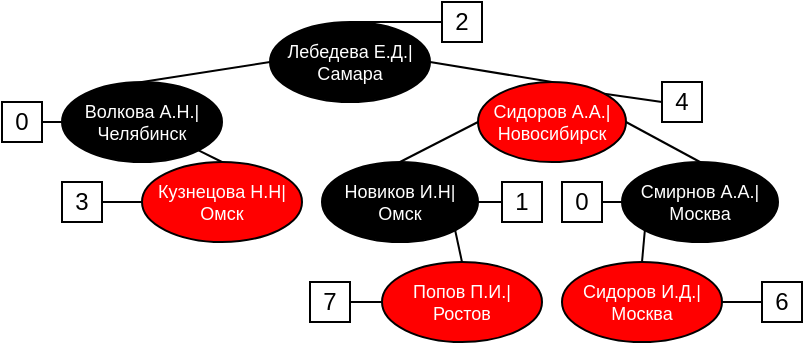
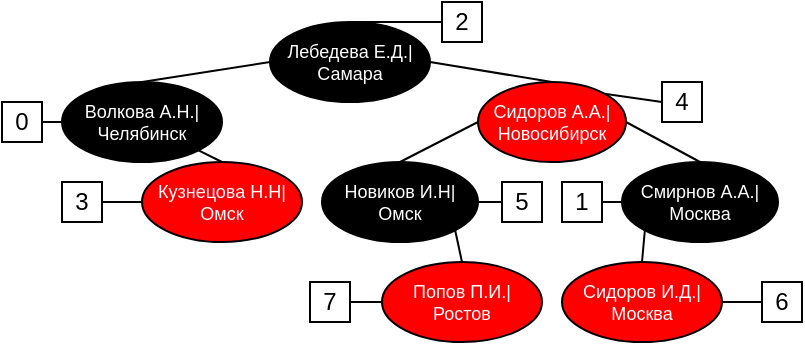
<mxfile host="Electron">
  <diagram name="Страница-1" id="hm4tzRJtk20S-SDZPqsn">
-     <mxGraphModel dx="484" dy="307" grid="1" gridSize="10" guides="1" tooltips="1" connect="1" arrows="1" fold="1" page="1" pageScale="1" pageWidth="827" pageHeight="1169" math="0" shadow="0">
+     <mxGraphModel dx="589" dy="377" grid="1" gridSize="10" guides="1" tooltips="1" connect="1" arrows="1" fold="1" page="1" pageScale="1" pageWidth="827" pageHeight="1169" math="0" shadow="0">
      <root>
        <mxCell id="0" />
        <mxCell id="1" parent="0" />
        <mxCell id="XgewZrJkaiiG2Bapt7b8-1" parent="1" style="ellipse;whiteSpace=wrap;html=1;fillColor=light-dark(#000000,#1A1A1A);fontColor=#FFFFFF;fontSize=9;" value="&lt;font&gt;&lt;font&gt;Лебедева Е.Д&lt;/font&gt;.|Самара&lt;/font&gt;" vertex="1">
          <mxGeometry height="40" width="80" x="374" y="210" as="geometry" />
        </mxCell>
        <mxCell id="XgewZrJkaiiG2Bapt7b8-2" parent="1" style="ellipse;whiteSpace=wrap;html=1;fillColor=light-dark(#000000,#1A1A1A);fontColor=#FFFFFF;fontSize=9;" value="Волкова А.Н.|Челябинск" vertex="1">
          <mxGeometry height="40" width="80" x="270" y="240" as="geometry" />
        </mxCell>
        <mxCell id="XgewZrJkaiiG2Bapt7b8-3" parent="1" style="ellipse;whiteSpace=wrap;html=1;fillColor=light-dark(#FF0000,#1A1A1A);fontColor=#FFFFFF;fontSize=9;" value="Сидоров А.А.|Новосибирск" vertex="1">
          <mxGeometry height="40" width="74" x="478" y="240" as="geometry" />
        </mxCell>
        <mxCell id="XgewZrJkaiiG2Bapt7b8-4" parent="1" style="ellipse;whiteSpace=wrap;html=1;fillColor=light-dark(#FF0000,#1A1A1A);fontColor=#FFFFFF;fontSize=9;" value="Кузнецова Н.Н|Омск" vertex="1">
          <mxGeometry height="40" width="80" x="310" y="280" as="geometry" />
        </mxCell>
        <mxCell id="XgewZrJkaiiG2Bapt7b8-5" parent="1" style="ellipse;whiteSpace=wrap;html=1;fillColor=light-dark(#000000,#1A1A1A);fontColor=#FFFFFF;fontSize=9;" value="Новиков И.Н|Омск" vertex="1">
          <mxGeometry height="40" width="78" x="400" y="280" as="geometry" />
        </mxCell>
        <mxCell id="XgewZrJkaiiG2Bapt7b8-6" parent="1" style="ellipse;whiteSpace=wrap;html=1;fillColor=light-dark(#000000,#1A1A1A);fontColor=#FFFFFF;fontSize=9;" value="Смирнов А.А.|Москва" vertex="1">
          <mxGeometry height="40" width="78" x="550" y="280" as="geometry" />
        </mxCell>
        <mxCell id="XgewZrJkaiiG2Bapt7b8-7" parent="1" style="ellipse;whiteSpace=wrap;html=1;fillColor=light-dark(#FF0000,#1A1A1A);fontColor=#FFFFFF;fontSize=9;" value="Сидоров И.Д.|Москва" vertex="1">
          <mxGeometry height="40" width="80" x="520" y="330" as="geometry" />
        </mxCell>
        <mxCell id="XgewZrJkaiiG2Bapt7b8-8" parent="1" style="ellipse;whiteSpace=wrap;html=1;fillColor=light-dark(#FF0000,#1A1A1A);fontColor=#FFFFFF;fontSize=9;" value="Попов П.И.|&lt;div&gt;Ростов&lt;/div&gt;" vertex="1">
          <mxGeometry height="40" width="80" x="430" y="330" as="geometry" />
        </mxCell>
        <mxCell id="XgewZrJkaiiG2Bapt7b8-9" edge="1" parent="1" source="XgewZrJkaiiG2Bapt7b8-2" style="endArrow=none;html=1;rounded=0;entryX=0;entryY=0.5;entryDx=0;entryDy=0;exitX=0.5;exitY=0;exitDx=0;exitDy=0;" target="XgewZrJkaiiG2Bapt7b8-1" value="">
          <mxGeometry height="50" relative="1" width="50" as="geometry">
            <mxPoint x="400" y="290" as="sourcePoint" />
            <mxPoint x="450" y="240" as="targetPoint" />
          </mxGeometry>
        </mxCell>
        <mxCell id="XgewZrJkaiiG2Bapt7b8-10" edge="1" parent="1" source="XgewZrJkaiiG2Bapt7b8-3" style="endArrow=none;html=1;rounded=0;entryX=1;entryY=0.5;entryDx=0;entryDy=0;exitX=0.5;exitY=0;exitDx=0;exitDy=0;" target="XgewZrJkaiiG2Bapt7b8-1" value="">
          <mxGeometry height="50" relative="1" width="50" as="geometry">
            <mxPoint x="400" y="290" as="sourcePoint" />
            <mxPoint x="450" y="240" as="targetPoint" />
          </mxGeometry>
        </mxCell>
        <mxCell id="XgewZrJkaiiG2Bapt7b8-12" edge="1" parent="1" source="XgewZrJkaiiG2Bapt7b8-4" style="endArrow=none;html=1;rounded=0;entryX=1;entryY=1;entryDx=0;entryDy=0;exitX=0.5;exitY=0;exitDx=0;exitDy=0;" target="XgewZrJkaiiG2Bapt7b8-2" value="">
          <mxGeometry height="50" relative="1" width="50" as="geometry">
            <mxPoint x="400" y="290" as="sourcePoint" />
            <mxPoint x="450" y="240" as="targetPoint" />
          </mxGeometry>
        </mxCell>
        <mxCell id="XgewZrJkaiiG2Bapt7b8-13" edge="1" parent="1" source="XgewZrJkaiiG2Bapt7b8-5" style="endArrow=none;html=1;rounded=0;entryX=0;entryY=0.5;entryDx=0;entryDy=0;exitX=0.5;exitY=0;exitDx=0;exitDy=0;" target="XgewZrJkaiiG2Bapt7b8-3" value="">
          <mxGeometry height="50" relative="1" width="50" as="geometry">
            <mxPoint x="400" y="290" as="sourcePoint" />
            <mxPoint x="450" y="240" as="targetPoint" />
          </mxGeometry>
        </mxCell>
        <mxCell id="XgewZrJkaiiG2Bapt7b8-14" edge="1" parent="1" source="XgewZrJkaiiG2Bapt7b8-6" style="endArrow=none;html=1;rounded=0;entryX=1;entryY=0.5;entryDx=0;entryDy=0;exitX=0.5;exitY=0;exitDx=0;exitDy=0;" target="XgewZrJkaiiG2Bapt7b8-3" value="">
          <mxGeometry height="50" relative="1" width="50" as="geometry">
            <mxPoint x="400" y="290" as="sourcePoint" />
            <mxPoint x="450" y="240" as="targetPoint" />
          </mxGeometry>
        </mxCell>
        <mxCell id="XgewZrJkaiiG2Bapt7b8-15" edge="1" parent="1" source="XgewZrJkaiiG2Bapt7b8-8" style="endArrow=none;html=1;rounded=0;entryX=1;entryY=1;entryDx=0;entryDy=0;exitX=0.5;exitY=0;exitDx=0;exitDy=0;" target="XgewZrJkaiiG2Bapt7b8-5" value="">
          <mxGeometry height="50" relative="1" width="50" as="geometry">
            <mxPoint x="400" y="290" as="sourcePoint" />
            <mxPoint x="450" y="240" as="targetPoint" />
          </mxGeometry>
        </mxCell>
        <mxCell id="XgewZrJkaiiG2Bapt7b8-16" edge="1" parent="1" source="XgewZrJkaiiG2Bapt7b8-7" style="endArrow=none;html=1;rounded=0;entryX=0;entryY=1;entryDx=0;entryDy=0;exitX=0.5;exitY=0;exitDx=0;exitDy=0;" target="XgewZrJkaiiG2Bapt7b8-6" value="">
          <mxGeometry height="50" relative="1" width="50" as="geometry">
            <mxPoint x="400" y="290" as="sourcePoint" />
            <mxPoint x="450" y="240" as="targetPoint" />
          </mxGeometry>
        </mxCell>
        <mxCell id="XgewZrJkaiiG2Bapt7b8-20" parent="1" style="whiteSpace=wrap;html=1;aspect=fixed;" value="2" vertex="1">
          <mxGeometry height="20" width="20" x="460" y="200" as="geometry" />
        </mxCell>
        <mxCell id="XgewZrJkaiiG2Bapt7b8-21" edge="1" parent="1" source="XgewZrJkaiiG2Bapt7b8-1" style="endArrow=none;html=1;rounded=0;exitX=0.5;exitY=0;exitDx=0;exitDy=0;entryX=0;entryY=0.5;entryDx=0;entryDy=0;" target="XgewZrJkaiiG2Bapt7b8-20" value="">
          <mxGeometry height="50" relative="1" width="50" as="geometry">
            <mxPoint x="390" y="200" as="sourcePoint" />
            <mxPoint x="440" y="150" as="targetPoint" />
          </mxGeometry>
        </mxCell>
        <mxCell id="XgewZrJkaiiG2Bapt7b8-22" parent="1" style="whiteSpace=wrap;html=1;aspect=fixed;" value="0" vertex="1">
          <mxGeometry height="20" width="20" x="240" y="250" as="geometry" />
        </mxCell>
        <mxCell id="XgewZrJkaiiG2Bapt7b8-23" parent="1" style="whiteSpace=wrap;html=1;aspect=fixed;" value="4" vertex="1">
          <mxGeometry height="20" width="20" x="570" y="240" as="geometry" />
        </mxCell>
        <mxCell id="XgewZrJkaiiG2Bapt7b8-24" edge="1" parent="1" source="XgewZrJkaiiG2Bapt7b8-2" style="endArrow=none;html=1;rounded=0;exitX=0;exitY=0.5;exitDx=0;exitDy=0;entryX=1;entryY=0.5;entryDx=0;entryDy=0;" target="XgewZrJkaiiG2Bapt7b8-22" value="">
          <mxGeometry height="50" relative="1" width="50" as="geometry">
            <mxPoint x="400" y="340" as="sourcePoint" />
            <mxPoint x="450" y="290" as="targetPoint" />
          </mxGeometry>
        </mxCell>
        <mxCell id="XgewZrJkaiiG2Bapt7b8-25" edge="1" parent="1" source="XgewZrJkaiiG2Bapt7b8-3" style="endArrow=none;html=1;rounded=0;exitX=1;exitY=0;exitDx=0;exitDy=0;entryX=0;entryY=0.5;entryDx=0;entryDy=0;" target="XgewZrJkaiiG2Bapt7b8-23" value="">
          <mxGeometry height="50" relative="1" width="50" as="geometry">
            <mxPoint x="400" y="340" as="sourcePoint" />
            <mxPoint x="450" y="290" as="targetPoint" />
          </mxGeometry>
        </mxCell>
        <mxCell id="XgewZrJkaiiG2Bapt7b8-26" parent="1" style="whiteSpace=wrap;html=1;aspect=fixed;" value="3" vertex="1">
          <mxGeometry height="20" width="20" x="270" y="290" as="geometry" />
        </mxCell>
        <mxCell id="XgewZrJkaiiG2Bapt7b8-27" edge="1" parent="1" source="XgewZrJkaiiG2Bapt7b8-4" style="endArrow=none;html=1;rounded=0;exitX=0;exitY=0.5;exitDx=0;exitDy=0;entryX=1;entryY=0.5;entryDx=0;entryDy=0;" target="XgewZrJkaiiG2Bapt7b8-26" value="">
          <mxGeometry height="50" relative="1" width="50" as="geometry">
            <mxPoint x="400" y="340" as="sourcePoint" />
            <mxPoint x="450" y="290" as="targetPoint" />
          </mxGeometry>
        </mxCell>
-         <mxCell id="XgewZrJkaiiG2Bapt7b8-28" parent="1" style="whiteSpace=wrap;html=1;aspect=fixed;" value="1" vertex="1">
+         <mxCell id="XgewZrJkaiiG2Bapt7b8-28" parent="1" style="whiteSpace=wrap;html=1;aspect=fixed;" value="5" vertex="1">
          <mxGeometry height="20" width="20" x="490" y="290" as="geometry" />
        </mxCell>
        <mxCell id="XgewZrJkaiiG2Bapt7b8-29" edge="1" parent="1" source="XgewZrJkaiiG2Bapt7b8-28" style="endArrow=none;html=1;rounded=0;entryX=1;entryY=0.5;entryDx=0;entryDy=0;exitX=0;exitY=0.5;exitDx=0;exitDy=0;" target="XgewZrJkaiiG2Bapt7b8-5" value="">
          <mxGeometry height="50" relative="1" width="50" as="geometry">
            <mxPoint x="400" y="340" as="sourcePoint" />
            <mxPoint x="450" y="290" as="targetPoint" />
          </mxGeometry>
        </mxCell>
-         <mxCell id="XgewZrJkaiiG2Bapt7b8-30" parent="1" style="whiteSpace=wrap;html=1;aspect=fixed;" value="0" vertex="1">
+         <mxCell id="XgewZrJkaiiG2Bapt7b8-30" parent="1" style="whiteSpace=wrap;html=1;aspect=fixed;" value="1" vertex="1">
          <mxGeometry height="20" width="20" x="520" y="290" as="geometry" />
        </mxCell>
        <mxCell id="XgewZrJkaiiG2Bapt7b8-31" edge="1" parent="1" source="XgewZrJkaiiG2Bapt7b8-6" style="endArrow=none;html=1;rounded=0;exitX=0;exitY=0.5;exitDx=0;exitDy=0;entryX=1;entryY=0.5;entryDx=0;entryDy=0;" target="XgewZrJkaiiG2Bapt7b8-30" value="">
          <mxGeometry height="50" relative="1" width="50" as="geometry">
            <mxPoint x="400" y="340" as="sourcePoint" />
            <mxPoint x="450" y="290" as="targetPoint" />
          </mxGeometry>
        </mxCell>
        <mxCell id="XgewZrJkaiiG2Bapt7b8-32" parent="1" style="whiteSpace=wrap;html=1;aspect=fixed;" value="7" vertex="1">
          <mxGeometry height="20" width="20" x="394" y="340" as="geometry" />
        </mxCell>
        <mxCell id="XgewZrJkaiiG2Bapt7b8-33" parent="1" style="whiteSpace=wrap;html=1;aspect=fixed;" value="6" vertex="1">
          <mxGeometry height="20" width="20" x="620" y="340" as="geometry" />
        </mxCell>
        <mxCell id="XgewZrJkaiiG2Bapt7b8-34" edge="1" parent="1" source="XgewZrJkaiiG2Bapt7b8-32" style="endArrow=none;html=1;rounded=0;entryX=0;entryY=0.5;entryDx=0;entryDy=0;exitX=1;exitY=0.5;exitDx=0;exitDy=0;" target="XgewZrJkaiiG2Bapt7b8-8" value="">
          <mxGeometry height="50" relative="1" width="50" as="geometry">
            <mxPoint x="400" y="340" as="sourcePoint" />
            <mxPoint x="450" y="290" as="targetPoint" />
          </mxGeometry>
        </mxCell>
        <mxCell id="XgewZrJkaiiG2Bapt7b8-35" edge="1" parent="1" source="XgewZrJkaiiG2Bapt7b8-33" style="endArrow=none;html=1;rounded=0;entryX=1;entryY=0.5;entryDx=0;entryDy=0;exitX=0;exitY=0.5;exitDx=0;exitDy=0;" target="XgewZrJkaiiG2Bapt7b8-7" value="">
          <mxGeometry height="50" relative="1" width="50" as="geometry">
            <mxPoint x="400" y="340" as="sourcePoint" />
            <mxPoint x="450" y="290" as="targetPoint" />
          </mxGeometry>
        </mxCell>
      </root>
    </mxGraphModel>
  </diagram>
</mxfile>
